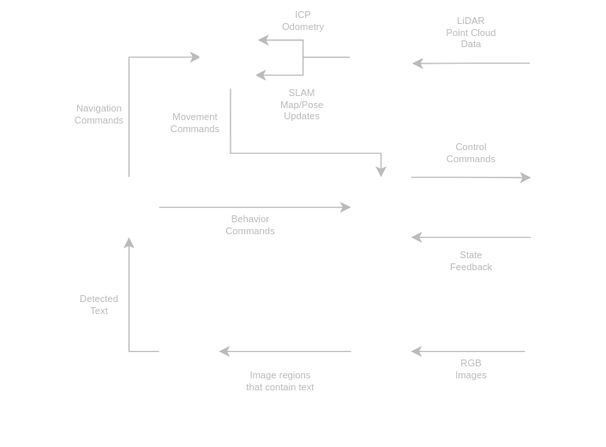
Before: assets/images/legged-autonomous-inspection/system-diagram.svg, a diagram exported from draw.io (nu-jliu/allen.github.io). Source tidied: cells renumbered, new cells last; positions are measured from the earlier drawing's top-left corner, leaving out a move shared by most shapes. The source it was exported from:
```xml
<mxGraphModel background="#242943">
  <root>
    <mxCell id="0" />
    <mxCell id="1" parent="0" />
    <mxCell id="2" value="LiDAR&lt;br style=&quot;font-size: 8px;&quot;&gt;Point Cloud&lt;br style=&quot;font-size: 8px;&quot;&gt;Data" style="edgeStyle=orthogonalEdgeStyle;rounded=0;jettySize=auto;html=1;entryX=1.02;entryY=0.632;entryDx=0;entryDy=0;entryPerimeter=0;fontColor=#BBBBBB;labelBackgroundColor=none;fontSize=8;strokeColor=#BBBBBB;" parent="1" edge="1" source="3" target="16">
      <mxGeometry x="0.01" y="-25" relative="1" as="geometry" />
    </mxCell>
    <mxCell id="3" value="3D LiDAR" style="shape=cylinder3;html=1;boundedLbl=1;backgroundOutline=1;size=15;strokeWidth=2;strokeColor=#FFFFFF;fontColor=#FFFFFF;labelBackgroundColor=none;fontStyle=1;labelPosition=center;verticalLabelPosition=top;align=center;verticalAlign=bottom;fillColor=none;" parent="1" vertex="1">
      <mxGeometry x="360" width="50" height="70" as="geometry" />
    </mxCell>
    <mxCell id="4" value="State&lt;br style=&quot;font-size: 8px;&quot;&gt;Feedback" style="edgeStyle=orthogonalEdgeStyle;rounded=0;jettySize=auto;html=1;entryX=1;entryY=1;entryDx=0;entryDy=0;entryPerimeter=0;labelBackgroundColor=none;fontColor=#BBBBBB;fontSize=8;strokeColor=#BBBBBB;" parent="1" edge="1" target="8">
      <mxGeometry y="20" relative="1" as="geometry">
        <mxPoint x="360" y="180" as="sourcePoint" />
        <Array as="points">
          <mxPoint x="300" y="180" />
          <mxPoint x="300" y="180" />
        </Array>
      </mxGeometry>
    </mxCell>
    <mxCell id="5" value="RGB&lt;br style=&quot;font-size: 8px;&quot;&gt;Images" style="edgeStyle=orthogonalEdgeStyle;rounded=0;jettySize=auto;html=1;fontColor=#BBBBBB;labelBackgroundColor=none;fontSize=8;strokeColor=#BBBBBB;" parent="1" edge="1" source="6" target="10">
      <mxGeometry x="-0.05" y="15" relative="1" as="geometry" />
    </mxCell>
    <mxCell id="6" value="Unitree Go1&lt;br&gt;Onboard&lt;br&gt;Cameras" style="sketch=0;outlineConnect=0;fontColor=#FFFFFF;gradientColor=none;strokeColor=#FFFFFF;fillColor=none;dashed=0;verticalLabelPosition=bottom;verticalAlign=top;align=center;html=1;fontSize=12;fontStyle=1;shape=mxgraph.aws4.resourceIcon;resIcon=mxgraph.aws4.camera;labelBackgroundColor=none;" parent="1" vertex="1">
      <mxGeometry x="355" y="245" width="60" height="60" as="geometry" />
    </mxCell>
    <mxCell id="7" value="Control&lt;br style=&quot;font-size: 8px;&quot;&gt;Commands" style="edgeStyle=orthogonalEdgeStyle;rounded=0;jettySize=auto;html=1;exitX=1;exitY=0;exitDx=0;exitDy=0;exitPerimeter=0;entryX=0.222;entryY=0.094;entryDx=0;entryDy=0;entryPerimeter=0;labelBackgroundColor=none;fontColor=#BBBBBB;fontSize=8;strokeColor=#BBBBBB;" parent="1" edge="1" source="8">
      <mxGeometry y="20" relative="1" as="geometry">
        <mxPoint x="360" y="130.3" as="targetPoint" />
        <Array as="points">
          <mxPoint x="300" y="130" />
        </Array>
      </mxGeometry>
    </mxCell>
    <mxCell id="8" value="Custom&lt;br&gt;Unitree Go1&lt;br&gt;Control Packages" style="sketch=0;shadow=0;dashed=0;html=1;strokeColor=none;labelPosition=center;verticalLabelPosition=bottom;verticalAlign=top;align=center;fillColor=#FFFFFF;shape=mxgraph.mscae.intune.detected_software;fontColor=#FFFFFF;labelBackgroundColor=none;fontStyle=1;" parent="1" vertex="1">
      <mxGeometry x="210" y="130" width="50" height="50" as="geometry" />
    </mxCell>
    <mxCell id="9" value="Image regions&lt;br style=&quot;font-size: 8px;&quot;&gt;that contain text" style="edgeStyle=orthogonalEdgeStyle;rounded=0;jettySize=auto;html=1;fontColor=#BBBBBB;labelBackgroundColor=none;fontSize=8;strokeColor=#BBBBBB;" parent="1" edge="1" source="10" target="12">
      <mxGeometry x="0.07" y="25" relative="1" as="geometry" />
    </mxCell>
    <mxCell id="10" value="EAST&lt;br&gt;Text Detection&lt;br&gt;Model" style="sketch=0;outlineConnect=0;fontColor=#FFFFFF;gradientColor=none;fillColor=#FFFFFF;strokeColor=#FFFFFF;dashed=0;verticalLabelPosition=bottom;verticalAlign=top;align=center;html=1;fontSize=12;fontStyle=1;shape=mxgraph.aws4.sagemaker_model;shadow=0;fillStyle=auto;strokeWidth=1;labelBackgroundColor=none;" parent="1" vertex="1">
      <mxGeometry x="210" y="250" width="50" height="50" as="geometry" />
    </mxCell>
    <mxCell id="11" value="Detected&lt;br style=&quot;font-size: 8px;&quot;&gt;Text" style="edgeStyle=orthogonalEdgeStyle;rounded=0;jettySize=auto;html=1;entryX=0.5;entryY=1;entryDx=0;entryDy=0;entryPerimeter=0;labelBackgroundColor=none;fontColor=#BBBBBB;fontSize=8;strokeColor=#BBBBBB;" parent="1" edge="1" source="12" target="19">
      <mxGeometry x="0.07" y="25" relative="1" as="geometry" />
    </mxCell>
    <mxCell id="12" value="CRNN&lt;br&gt;Text Recognition&lt;br&gt;Model" style="sketch=0;outlineConnect=0;fontColor=#FFFFFF;gradientColor=none;fillColor=#FFFFFF;strokeColor=#FFFFFF;dashed=0;verticalLabelPosition=bottom;verticalAlign=top;align=center;html=1;fontSize=12;fontStyle=1;shape=mxgraph.aws4.sagemaker_model;shadow=0;fillStyle=auto;strokeWidth=1;labelBackgroundColor=none;" parent="1" vertex="1">
      <mxGeometry x="50" y="250" width="50" height="50" as="geometry" />
    </mxCell>
    <mxCell id="13" value="Movement&lt;br style=&quot;font-size: 8px;&quot;&gt;Commands" style="edgeStyle=orthogonalEdgeStyle;rounded=0;jettySize=auto;html=1;exitX=0.5;exitY=1;exitDx=0;exitDy=0;labelBackgroundColor=none;fontColor=#BBBBBB;entryX=0.5;entryY=0;entryDx=0;entryDy=0;entryPerimeter=0;fontSize=8;strokeColor=#BBBBBB;" parent="1" edge="1" source="21" target="8">
      <mxGeometry x="-0.69" y="-30" relative="1" as="geometry">
        <Array as="points">
          <mxPoint x="110" y="110" />
          <mxPoint x="235" y="110" />
        </Array>
      </mxGeometry>
    </mxCell>
    <mxCell id="14" value="ICP&lt;br style=&quot;font-size: 8px;&quot;&gt;Odometry" style="edgeStyle=orthogonalEdgeStyle;rounded=0;jettySize=auto;html=1;entryX=0.963;entryY=0.211;entryDx=0;entryDy=0;labelBackgroundColor=none;fontColor=#BBBBBB;fontSize=8;entryPerimeter=0;strokeColor=#BBBBBB;" parent="1" edge="1" source="16" target="21">
      <mxGeometry x="0.18" y="-16" relative="1" as="geometry">
        <Array as="points">
          <mxPoint x="170" y="30" />
          <mxPoint x="170" y="16" />
        </Array>
      </mxGeometry>
    </mxCell>
    <mxCell id="15" value="SLAM&lt;br style=&quot;font-size: 8px;&quot;&gt;Map/Pose&lt;br style=&quot;font-size: 8px;&quot;&gt;Updates" style="edgeStyle=orthogonalEdgeStyle;rounded=0;jettySize=auto;html=1;labelBackgroundColor=none;fontColor=#BBBBBB;fontSize=8;strokeColor=#BBBBBB;" parent="1" edge="1" source="16">
      <mxGeometry x="0.18" y="25" relative="1" as="geometry">
        <mxPoint x="130" y="45" as="targetPoint" />
      </mxGeometry>
    </mxCell>
    <mxCell id="16" value="RTAB-Map" style="html=1;verticalLabelPosition=top;align=center;labelBackgroundColor=none;verticalAlign=bottom;strokeWidth=2;strokeColor=#FFFFFF;shadow=0;dashed=0;shape=mxgraph.ios7.icons.map;fillStyle=auto;fontColor=#FFFFFF;fillColor=none;fontStyle=1;labelPosition=center;" parent="1" vertex="1">
      <mxGeometry x="210" y="10" width="50" height="40" as="geometry" />
    </mxCell>
    <mxCell id="17" value="Navigation&lt;br style=&quot;font-size: 8px;&quot;&gt;Commands" style="edgeStyle=orthogonalEdgeStyle;rounded=0;jettySize=auto;html=1;entryX=0;entryY=0.5;entryDx=0;entryDy=0;labelBackgroundColor=none;fontColor=#BBBBBB;fontSize=8;strokeColor=#BBBBBB;" parent="1" edge="1" source="19" target="21">
      <mxGeometry x="-0.35" y="25" relative="1" as="geometry">
        <Array as="points">
          <mxPoint x="25" y="30" />
        </Array>
      </mxGeometry>
    </mxCell>
    <mxCell id="18" value="Behavior&lt;br style=&quot;font-size: 8px;&quot;&gt;Commands" style="edgeStyle=orthogonalEdgeStyle;rounded=0;jettySize=auto;html=1;entryX=0;entryY=0.5;entryDx=0;entryDy=0;entryPerimeter=0;labelBackgroundColor=none;fontColor=#BBBBBB;fontSize=8;strokeColor=#BBBBBB;" parent="1" edge="1" source="19" target="8">
      <mxGeometry x="-0.05" y="-15" relative="1" as="geometry" />
    </mxCell>
    <mxCell id="19" value="Custom High&lt;br&gt;Level Logic&lt;br&gt;Package" style="sketch=0;shadow=0;dashed=0;html=1;strokeColor=none;labelPosition=left;verticalLabelPosition=middle;verticalAlign=middle;align=right;fillColor=#FFFFFF;shape=mxgraph.mscae.intune.detected_software;fontColor=#FFFFFF;labelBackgroundColor=none;textDirection=ltr;fontStyle=1;spacingRight=5;" parent="1" vertex="1">
      <mxGeometry y="130" width="50" height="50" as="geometry" />
    </mxCell>
    <mxCell id="20" value="Nav2" style="group;fontStyle=1;labelPosition=center;verticalLabelPosition=top;align=center;verticalAlign=bottom;strokeColor=none;fontColor=#FFFFFF;" parent="1" vertex="1">
      <mxGeometry x="85" y="5.4" width="49.2" height="49.2" as="geometry" />
    </mxCell>
    <mxCell id="21" style="ellipse;whiteSpace=wrap;html=1;shadow=0;labelBackgroundColor=none;sketch=0;fillStyle=auto;strokeColor=#FFFFFF;strokeWidth=3;fontSize=11;fontColor=#FFFFFF;fillColor=none;" parent="20" vertex="1">
      <mxGeometry width="49.2" height="49.2" as="geometry" />
    </mxCell>
    <mxCell id="22" style="triangle;whiteSpace=wrap;html=1;shadow=0;labelBackgroundColor=none;sketch=0;fillStyle=auto;strokeColor=#FFFFFF;strokeWidth=2;fontSize=11;fontColor=#FFFFFF;fillColor=#FFFFFF;rotation=-45;" parent="20" vertex="1">
      <mxGeometry x="23.4" y="15.8" width="12.4" height="7.6" as="geometry" />
    </mxCell>
    <mxCell id="23" style="triangle;whiteSpace=wrap;html=1;shadow=0;labelBackgroundColor=none;sketch=0;fillStyle=auto;strokeColor=#FFFFFF;strokeWidth=2;fontSize=11;fontColor=#FFFFFF;fillColor=none;rotation=-225;" parent="20" vertex="1">
      <mxGeometry x="13.4" y="25.8" width="12.4" height="7.6" as="geometry" />
    </mxCell>
    <mxCell id="24" value="Unitree Go1&lt;br&gt;Motion&lt;br&gt;Controller" style="shadow=0;dashed=0;align=center;html=1;strokeWidth=4;shape=mxgraph.electrical.logic_gates.dual_inline_ic;labelNames=a,b,c,d,e,f,g,h,i,j,k,l,m,n,o,p,q,r,s,t;labelBackgroundColor=none;sketch=0;fillStyle=auto;strokeColor=#FFFFFF;fontSize=11;fontColor=#FFFFFF;fillColor=none;labelPosition=center;verticalLabelPosition=bottom;verticalAlign=top;fontStyle=1;" parent="1" vertex="1">
      <mxGeometry x="363" y="121" width="57" height="64" as="geometry" />
    </mxCell>
  </root>
</mxGraphModel>
```
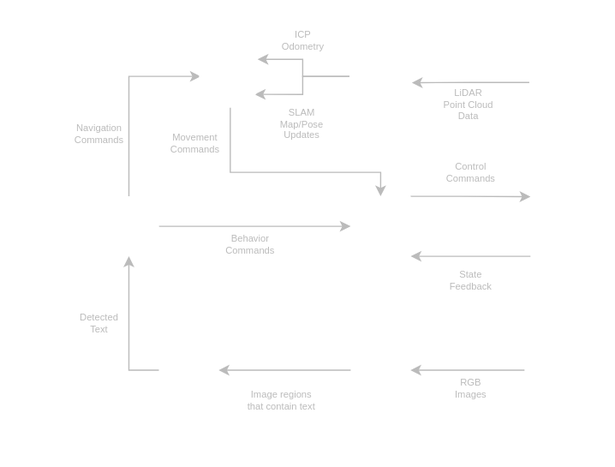
After the change.

Commit message:
Navigation section of system for legged inspection post

Change to the diagram source:
```diff
@@ -3,9 +3,9 @@
     <mxCell id="0" />
     <mxCell id="1" parent="0" />
     <mxCell id="2" value="LiDAR&lt;br style=&quot;font-size: 8px;&quot;&gt;Point Cloud&lt;br style=&quot;font-size: 8px;&quot;&gt;Data" style="edgeStyle=orthogonalEdgeStyle;rounded=0;jettySize=auto;html=1;entryX=1.02;entryY=0.632;entryDx=0;entryDy=0;entryPerimeter=0;fontColor=#BBBBBB;labelBackgroundColor=none;fontSize=8;strokeColor=#BBBBBB;" parent="1" edge="1" source="3" target="16">
-      <mxGeometry x="0.01" y="-25" relative="1" as="geometry" />
+      <mxGeometry x="0.05" y="19" relative="1" as="geometry" />
     </mxCell>
-    <mxCell id="3" value="3D LiDAR" style="shape=cylinder3;html=1;boundedLbl=1;backgroundOutline=1;size=15;strokeWidth=2;strokeColor=#FFFFFF;fontColor=#FFFFFF;labelBackgroundColor=none;fontStyle=1;labelPosition=center;verticalLabelPosition=top;align=center;verticalAlign=bottom;fillColor=none;" parent="1" vertex="1">
+    <mxCell id="3" value="3D LiDAR" style="shape=cylinder3;html=1;boundedLbl=1;backgroundOutline=1;size=15;strokeWidth=2;strokeColor=#FFFFFF;fontColor=#FFFFFF;labelBackgroundColor=none;fontStyle=1;labelPosition=center;verticalLabelPosition=bottom;align=center;verticalAlign=top;fillColor=none;" parent="1" vertex="1">
       <mxGeometry x="360" width="50" height="70" as="geometry" />
     </mxCell>
     <mxCell id="4" value="State&lt;br style=&quot;font-size: 8px;&quot;&gt;Feedback" style="edgeStyle=orthogonalEdgeStyle;rounded=0;jettySize=auto;html=1;entryX=1;entryY=1;entryDx=0;entryDy=0;entryPerimeter=0;labelBackgroundColor=none;fontColor=#BBBBBB;fontSize=8;strokeColor=#BBBBBB;" parent="1" edge="1" target="8">
@@ -98,5 +98,8 @@
     <mxCell id="24" value="Unitree Go1&lt;br&gt;Motion&lt;br&gt;Controller" style="shadow=0;dashed=0;align=center;html=1;strokeWidth=4;shape=mxgraph.electrical.logic_gates.dual_inline_ic;labelNames=a,b,c,d,e,f,g,h,i,j,k,l,m,n,o,p,q,r,s,t;labelBackgroundColor=none;sketch=0;fillStyle=auto;strokeColor=#FFFFFF;fontSize=11;fontColor=#FFFFFF;fillColor=none;labelPosition=center;verticalLabelPosition=bottom;verticalAlign=top;fontStyle=1;" parent="1" vertex="1">
       <mxGeometry x="363" y="121" width="57" height="64" as="geometry" />
     </mxCell>
+    <mxCell id="25" value="&lt;font color=&quot;#ffffff&quot;&gt;&lt;b&gt;RoboSense&lt;br style=&quot;border-color: var(--border-color);&quot;&gt;RS-Helios-16P&lt;/b&gt;&lt;/font&gt;" style="text;strokeColor=none;align=center;fillColor=none;html=1;verticalAlign=middle;whiteSpace=wrap;rounded=0;" parent="1" vertex="1">
+      <mxGeometry x="340.5" y="-33" width="89" height="30" as="geometry" />
+    </mxCell>
   </root>
 </mxGraphModel>
```
